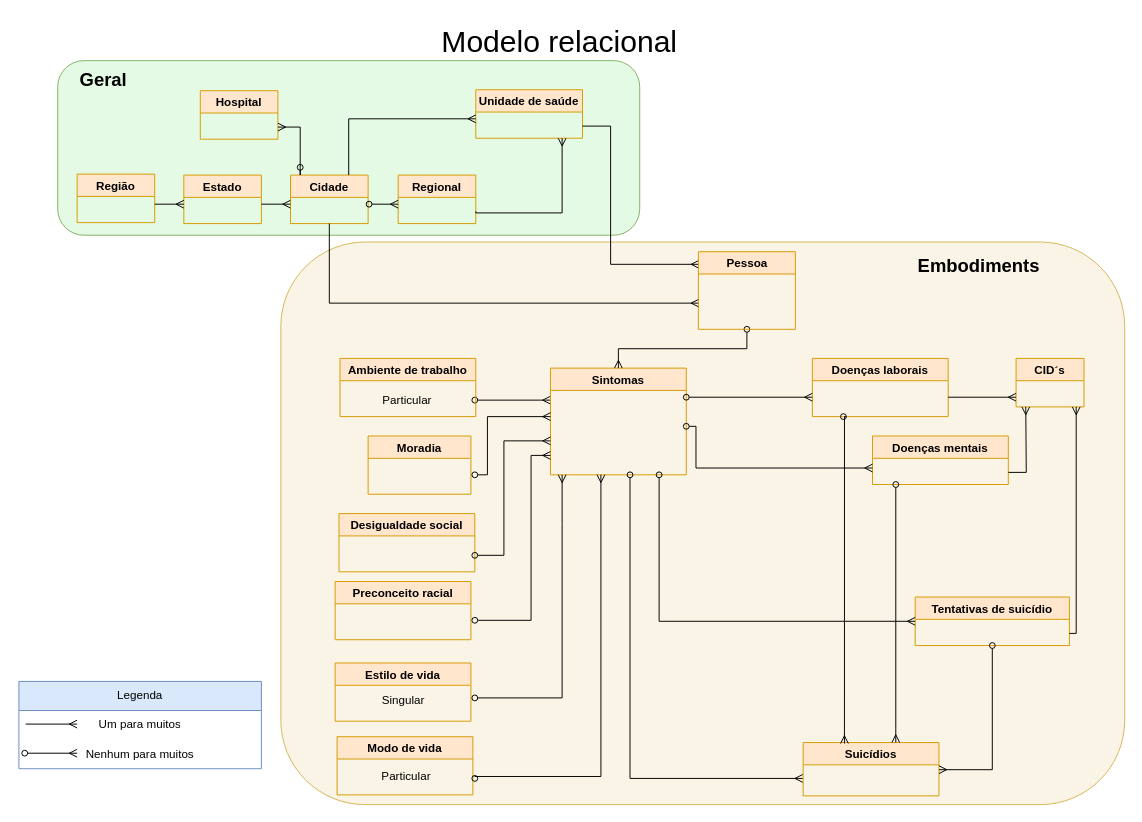
fderosso/mestrado keeps this draw.io diagram as mestrado.drawio. Above is the earlier version. Source tidied: cells renumbered, new cells numbered last; positions are measured from the earlier drawing's top-left corner, leaving out a move shared by most shapes. Both pictures are drawn from the tidied source at 97%, with x=0, y=0 at pixel (18, 21).
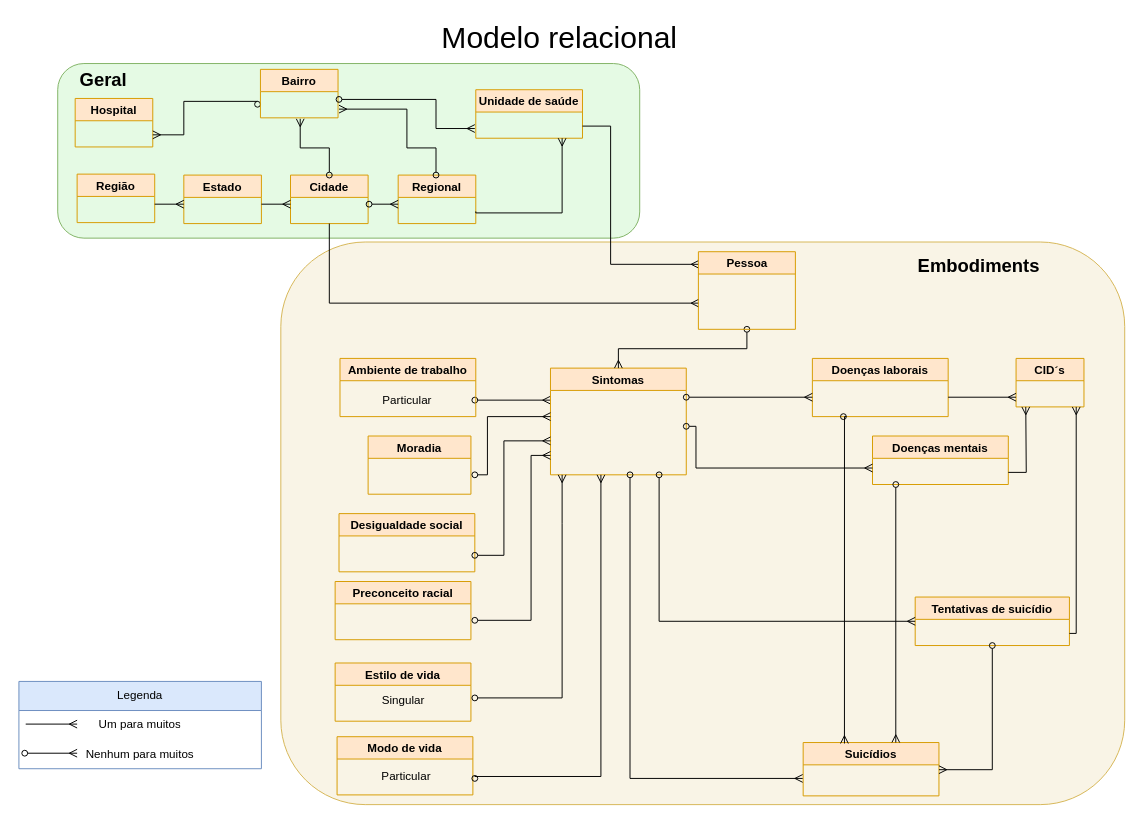
The same page after the edit.

Commit message (it also covers changes not shown here):
criando banco de dados

Unchanged cells that the change refers to:
```xml
<mxCell id="26" value="Cidade" style="swimlane;rounded=0;shadow=0;sketch=0;fillColor=#ffe6cc;strokeColor=#d79b00;" parent="1" vertex="1">
  <mxGeometry x="280" y="158" width="80" height="50" as="geometry" />
</mxCell>
```

What changed in the source:
```diff
@@
     <mxCell id="2" style="rounded=1;whiteSpace=wrap;html=1;fillColor=#E5FAE4;strokeColor=#82b366;" parent="1" vertex="1">
-      <mxGeometry x="40" y="40" width="600" height="180" as="geometry" />
+      <mxGeometry x="40" y="43" width="600" height="180" as="geometry" />
     </mxCell>
@@
     <mxCell id="32" value="Hospital" style="swimlane;rounded=0;shadow=0;sketch=0;fillColor=#ffe6cc;strokeColor=#d79b00;" parent="1" vertex="1">
-      <mxGeometry x="187" y="71" width="80" height="50" as="geometry" />
+      <mxGeometry x="58" y="79" width="80" height="50" as="geometry" />
     </mxCell>
-    <mxCell id="33" style="endArrow=ERmany;html=1;rounded=0;edgeStyle=orthogonalEdgeStyle;startArrow=oval;startFill=0;endFill=0;entryX=1;entryY=0.75;entryDx=0;entryDy=0;" parent="1" edge="1" target="32">
+    <mxCell id="33" style="endArrow=ERmany;html=1;rounded=0;edgeStyle=orthogonalEdgeStyle;startArrow=oval;startFill=0;endFill=0;entryX=1;entryY=0.75;entryDx=0;entryDy=0;exitX=0;exitY=0.5;exitDx=0;exitDy=0;" parent="1" edge="1" target="32">
       <mxGeometry relative="1" as="geometry">
-        <mxPoint x="290" y="150" as="sourcePoint" />
+        <mxPoint x="246" y="85" as="sourcePoint" />
         <Array as="points">
-          <mxPoint x="290" y="158" />
-          <mxPoint x="290" y="109" />
+          <mxPoint x="246" y="82" />
+          <mxPoint x="170" y="82" />
+          <mxPoint x="170" y="117" />
         </Array>
       </mxGeometry>
     </mxCell>
@@
-    <mxCell id="35" style="endArrow=ERmany;html=1;rounded=0;edgeStyle=orthogonalEdgeStyle;startArrow=none;startFill=0;endFill=0;exitX=0.75;exitY=0;exitDx=0;exitDy=0;" parent="1" edge="1" source="26">
-      <mxGeometry relative="1" as="geometry">
-        <mxPoint x="471" y="100" as="targetPoint" />
-        <Array as="points">
-          <mxPoint x="340" y="100" />
-          <mxPoint x="471" y="100" />
-        </Array>
-      </mxGeometry>
-    </mxCell>
@@
     <mxCell id="48" value="Modelo relacional" style="text;strokeColor=none;fillColor=none;align=left;verticalAlign=middle;spacingLeft=4;spacingRight=4;overflow=hidden;whiteSpace=wrap;html=1;fontSize=31;fontStyle=0;labelBorderColor=none;labelBackgroundColor=none;" parent="1" vertex="1">
-      <mxGeometry x="430" width="260" height="40" as="geometry" />
+      <mxGeometry x="430" y="-5" width="260" height="40" as="geometry" />
     </mxCell>
@@
+    <mxCell id="59" value="Bairro" style="swimlane;rounded=0;shadow=0;sketch=0;fillColor=#ffe6cc;strokeColor=#d79b00;" parent="1" vertex="1">
+      <mxGeometry x="249" y="49" width="80" height="50" as="geometry" />
+    </mxCell>
+    <mxCell id="60" style="endArrow=ERmany;html=1;rounded=0;edgeStyle=orthogonalEdgeStyle;startArrow=oval;startFill=0;endFill=0;" parent="1" edge="1">
+      <mxGeometry relative="1" as="geometry">
+        <mxPoint x="330" y="80" as="sourcePoint" />
+        <mxPoint x="470" y="110" as="targetPoint" />
+        <Array as="points">
+          <mxPoint x="430" y="80" />
+          <mxPoint x="430" y="110" />
+        </Array>
+      </mxGeometry>
+    </mxCell>
+    <mxCell id="61" style="endArrow=ERmany;html=1;rounded=0;edgeStyle=orthogonalEdgeStyle;startArrow=oval;startFill=0;endFill=0;exitX=0.5;exitY=0;exitDx=0;exitDy=0;" parent="1" edge="1" source="26">
+      <mxGeometry relative="1" as="geometry">
+        <mxPoint x="290" y="100" as="targetPoint" />
+        <Array as="points">
+          <mxPoint x="320" y="130" />
+          <mxPoint x="290" y="130" />
+        </Array>
+      </mxGeometry>
+    </mxCell>
+    <mxCell id="62" style="endArrow=ERmany;html=1;rounded=0;edgeStyle=orthogonalEdgeStyle;startArrow=oval;startFill=0;endFill=0;exitX=0.5;exitY=0;exitDx=0;exitDy=0;" parent="1" edge="1">
+      <mxGeometry relative="1" as="geometry">
+        <mxPoint x="430" y="158" as="sourcePoint" />
+        <mxPoint x="330" y="90" as="targetPoint" />
+        <Array as="points">
+          <mxPoint x="430" y="130" />
+          <mxPoint x="400" y="130" />
+        </Array>
+      </mxGeometry>
+    </mxCell>
```
